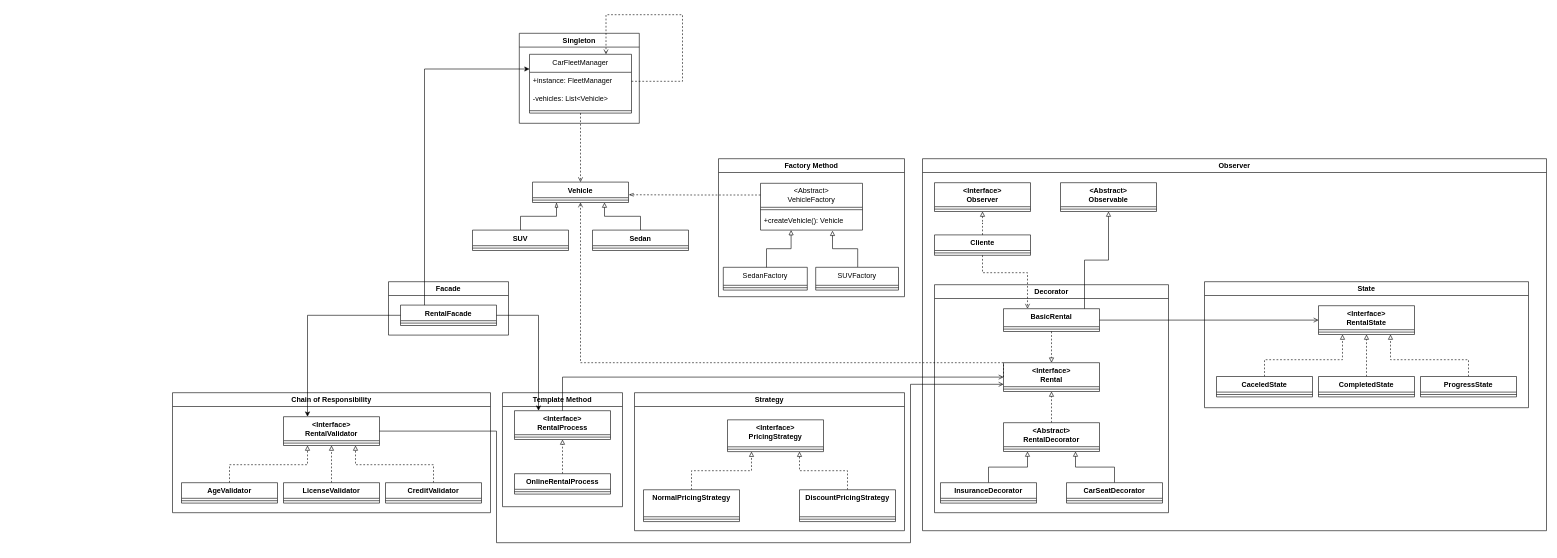
This is src/main/java/org/carRental/diagrams/carRental.drawio from rhuannascimento/AAES-Trabalho-Final, a draw.io file, before an edit. Source tidied: cells renumbered, new cells numbered last; positions are measured from the earlier drawing's top-left corner, leaving out a move shared by most shapes. Both pictures are drawn from the tidied source at 60%, with x=0, y=0 at pixel (172, 14).
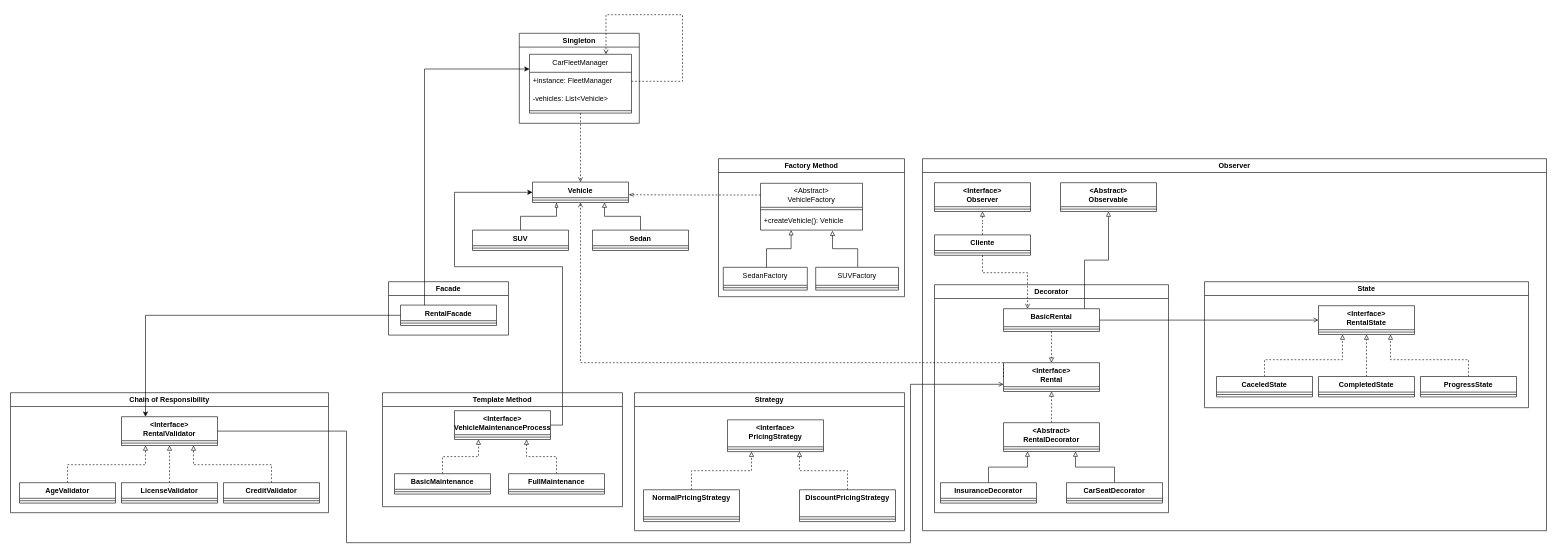
After the change.

The change refers to these unchanged cells:
```xml
<mxCell id="19" value="&lt;div&gt;&amp;lt;Interface&amp;gt;&lt;/div&gt;Rental" style="swimlane;fontStyle=1;align=center;verticalAlign=top;horizontal=1;startSize=40;whiteSpace=wrap;html=1;" parent="18" vertex="1">
  <mxGeometry x="115" y="130" width="160" height="48" as="geometry" />
</mxCell>
<mxCell id="56" value="Vehicle" style="swimlane;fontStyle=1;align=center;verticalAlign=top;horizontal=1;startSize=26;whiteSpace=wrap;html=1;" parent="1" vertex="1">
  <mxGeometry x="600" y="279" width="160" height="34" as="geometry" />
</mxCell>
<mxCell id="83" value="&amp;lt;Interface&amp;gt;&lt;div&gt;RentalValidator&lt;/div&gt;" style="swimlane;fontStyle=1;align=center;verticalAlign=top;horizontal=1;startSize=40;whiteSpace=wrap;html=1;" parent="82" vertex="1">
  <mxGeometry x="185" y="40" width="160" height="48" as="geometry" />
</mxCell>
<mxCell id="97" value="RentalFacade" style="swimlane;fontStyle=1;align=center;verticalAlign=top;horizontal=1;startSize=26;whiteSpace=wrap;html=1;" parent="96" vertex="1">
  <mxGeometry x="20" y="39" width="160" height="34" as="geometry" />
</mxCell>
```

What changed in the source:
```diff
@@
     <mxCell id="76" value="Template Method" style="swimlane;whiteSpace=wrap;html=1;" parent="1" vertex="1">
-      <mxGeometry x="550" y="630" width="200" height="190" as="geometry" />
+      <mxGeometry x="350" y="630" width="400" height="190" as="geometry" />
     </mxCell>
-    <mxCell id="77" value="&amp;lt;Interface&amp;gt;&lt;div&gt;RentalProcess&lt;/div&gt;" style="swimlane;fontStyle=1;align=center;verticalAlign=top;horizontal=1;startSize=40;whiteSpace=wrap;html=1;" parent="76" vertex="1">
-      <mxGeometry x="20" y="30" width="160" height="48" as="geometry" />
+    <mxCell id="77" value="&amp;lt;Interface&amp;gt;&lt;div&gt;&lt;span class=&quot;hljs-title class_&quot;&gt;VehicleMaintenanceProcess&lt;/span&gt;&lt;/div&gt;" style="swimlane;fontStyle=1;align=center;verticalAlign=top;horizontal=1;startSize=40;whiteSpace=wrap;html=1;" parent="76" vertex="1">
+      <mxGeometry x="120" y="30" width="160" height="48" as="geometry" />
     </mxCell>
@@
-    <mxCell id="79" style="edgeStyle=orthogonalEdgeStyle;rounded=0;jettySize=auto;html=1;entryX=0.5;entryY=1;entryDx=0;entryDy=0;endArrow=block;endFill=0;dashed=1;" parent="76" edge="1" source="80" target="77">
+    <mxCell id="79" style="edgeStyle=orthogonalEdgeStyle;rounded=0;jettySize=auto;html=1;entryX=0.25;entryY=1;entryDx=0;entryDy=0;endArrow=block;endFill=0;dashed=1;" parent="76" edge="1" source="80" target="77">
       <mxGeometry relative="1" as="geometry" />
     </mxCell>
-    <mxCell id="80" value="OnlineRentalProcess" style="swimlane;fontStyle=1;align=center;verticalAlign=top;horizontal=1;startSize=26;whiteSpace=wrap;html=1;" parent="76" vertex="1">
+    <mxCell id="80" value="BasicMaintenance" style="swimlane;fontStyle=1;align=center;verticalAlign=top;horizontal=1;startSize=26;whiteSpace=wrap;html=1;" parent="76" vertex="1">
       <mxGeometry x="20" y="135" width="160" height="34" as="geometry" />
     </mxCell>
@@
+    <mxCell id="102" style="edgeStyle=orthogonalEdgeStyle;rounded=0;jettySize=auto;html=1;entryX=0.75;entryY=1;entryDx=0;entryDy=0;dashed=1;strokeColor=default;align=center;verticalAlign=middle;fontFamily=Helvetica;fontSize=11;fontColor=default;labelBackgroundColor=default;endArrow=block;endFill=0;" parent="76" edge="1" source="103" target="77">
+      <mxGeometry relative="1" as="geometry" />
+    </mxCell>
+    <mxCell id="103" value="FullMaintenance" style="swimlane;fontStyle=1;align=center;verticalAlign=top;horizontal=1;startSize=26;whiteSpace=wrap;html=1;" parent="76" vertex="1">
+      <mxGeometry x="210" y="135" width="160" height="34" as="geometry" />
+    </mxCell>
+    <mxCell id="104" style="line;strokeWidth=1;fillColor=none;align=left;verticalAlign=middle;spacingTop=-1;spacingLeft=3;spacingRight=3;labelPosition=right;strokeColor=inherit;" parent="103" vertex="1">
+      <mxGeometry y="26" width="160" height="8" as="geometry" />
+    </mxCell>
     <mxCell id="82" value="Chain of Responsibility" style="swimlane;whiteSpace=wrap;html=1;" parent="1" vertex="1">
-      <mxGeometry y="630" width="530" height="200" as="geometry" />
+      <mxGeometry x="-270" y="630" width="530" height="200" as="geometry" />
     </mxCell>
@@
-    <mxCell id="94" style="edgeStyle=orthogonalEdgeStyle;rounded=0;jettySize=auto;html=1;strokeColor=default;align=center;verticalAlign=middle;fontFamily=Helvetica;fontSize=11;fontColor=default;labelBackgroundColor=default;endArrow=none;endFill=0;startArrow=open;startFill=0;" parent="1" edge="1" source="19" target="77">
-      <mxGeometry relative="1" as="geometry" />
-    </mxCell>
     <mxCell id="95" style="edgeStyle=orthogonalEdgeStyle;rounded=0;jettySize=auto;html=1;exitX=0;exitY=0.75;exitDx=0;exitDy=0;entryX=1;entryY=0.5;entryDx=0;entryDy=0;strokeColor=default;align=center;verticalAlign=middle;fontFamily=Helvetica;fontSize=11;fontColor=default;labelBackgroundColor=default;endArrow=none;endFill=0;startArrow=open;startFill=0;" parent="1" edge="1" source="19" target="83">
       <mxGeometry relative="1" as="geometry">
         <Array as="points">
           <mxPoint x="1230" y="616" />
           <mxPoint x="1230" y="880" />
-          <mxPoint x="540" y="880" />
-          <mxPoint x="540" y="694" />
+          <mxPoint x="290" y="880" />
+          <mxPoint x="290" y="694" />
         </Array>
       </mxGeometry>
     </mxCell>
@@
-    <mxCell id="100" style="edgeStyle=orthogonalEdgeStyle;rounded=0;jettySize=auto;html=1;entryX=0.25;entryY=0;entryDx=0;entryDy=0;" parent="1" edge="1" source="97" target="77">
-      <mxGeometry relative="1" as="geometry" />
-    </mxCell>
@@
+    <mxCell id="105" style="edgeStyle=orthogonalEdgeStyle;rounded=0;jettySize=auto;html=1;entryX=0;entryY=0.5;entryDx=0;entryDy=0;" parent="1" edge="1" source="77" target="56">
+      <mxGeometry relative="1" as="geometry">
+        <Array as="points">
+          <mxPoint x="650" y="420" />
+          <mxPoint x="470" y="420" />
+          <mxPoint x="470" y="296" />
+        </Array>
+      </mxGeometry>
+    </mxCell>
```
